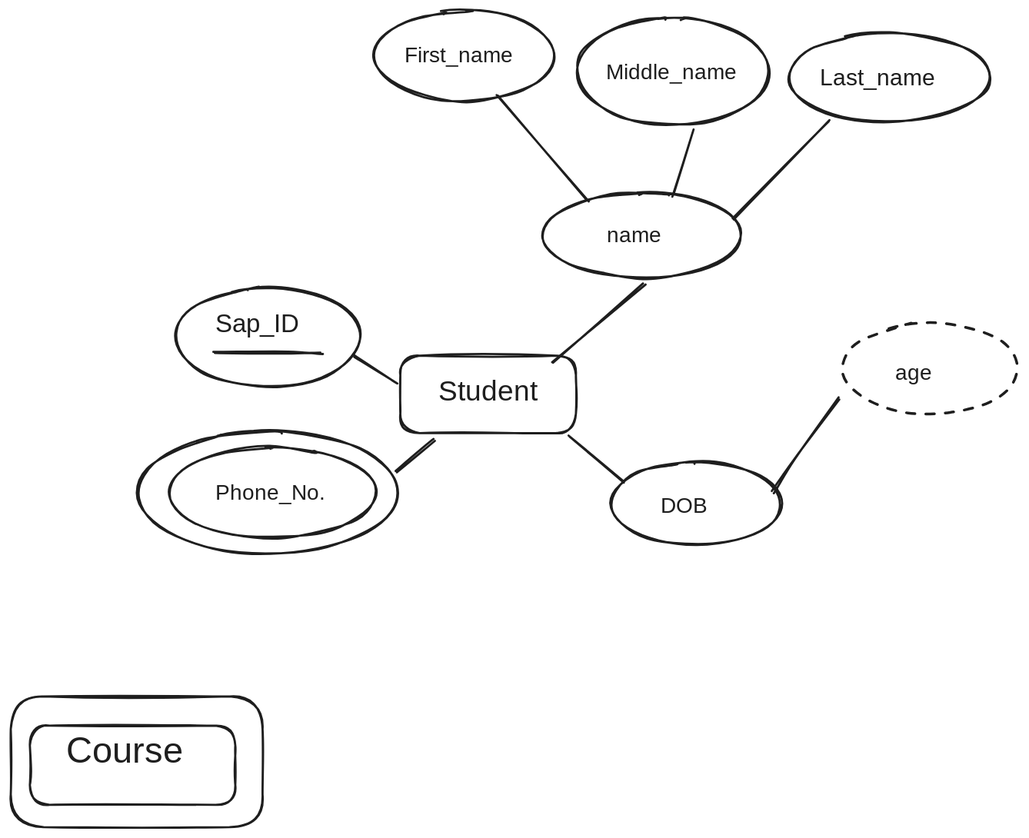
Above: Notes Factory/Semister 3/Rough Work/t1.excalidraw.svg in P7XCKD/NF (Excalidraw), before the change. Source tidied: one line per element, renumbered; positions are measured from the earlier drawing's top-left corner, leaving out a move shared by most shapes.
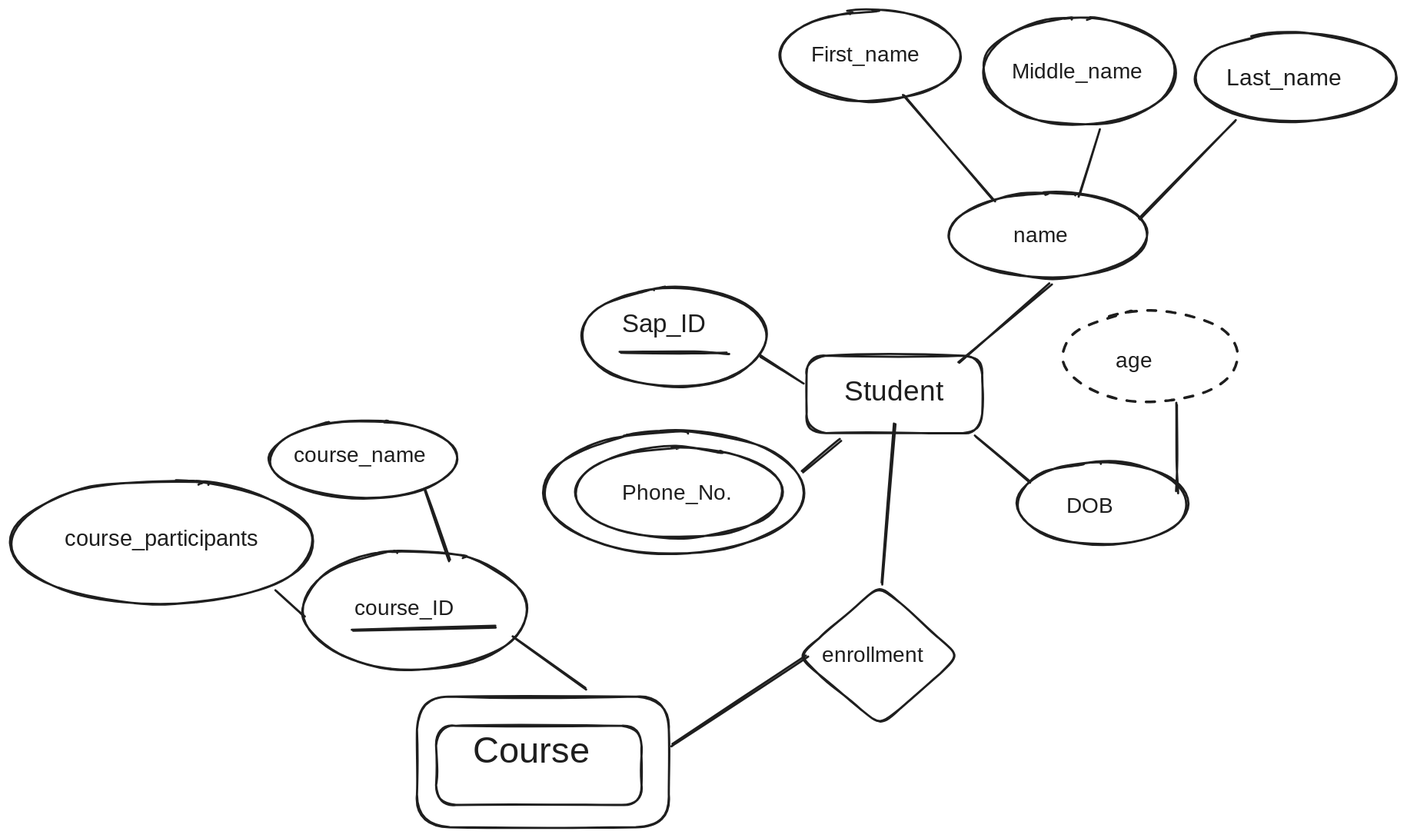
The same file after the commit.

The edit, as a diff of the source:
```diff
@@ -25,7 +25,21 @@
 {"id": 24, "type": "line", "strokeColor": "#1e1e1e", "strokeWidth": 2, "roughness": 1, "round": true, "x": 359, "y": 346, "width": 40, "height": 24, "points": [[0, 0], [-40, -24]]}
 {"id": 25, "type": "line", "strokeColor": "#1e1e1e", "strokeWidth": 2, "roughness": 1, "round": true, "x": 358, "y": 429, "width": 36, "height": 30, "points": [[0, 0], [36, -30]]}
 {"id": 26, "type": "line", "strokeColor": "#1e1e1e", "strokeWidth": 2, "roughness": 1, "round": true, "x": 518, "y": 396, "width": 51, "height": 42, "points": [[0, 0], [51, 42]]}
-{"id": 27, "type": "line", "strokeColor": "#1e1e1e", "strokeWidth": 2, "roughness": 1, "round": true, "x": 708, "y": 447, "width": 62, "height": 87, "points": [[0, 0], [21, -32], [62, -87]]}
+{"id": 27, "type": "line", "strokeColor": "#1e1e1e", "strokeWidth": 2, "roughness": 1, "round": true, "x": 706, "y": 447, "width": 0, "height": 82, "points": [[0, 0], [0, -30], [0, -82]]}
-{"id": 28, "type": "ellipse", "strokeColor": "#1e1e1e", "strokeWidth": 2, "strokeStyle": "dashed", "roughness": 1, "round": true, "x": 772, "y": 290, "width": 164, "height": 84}
+{"id": 28, "type": "ellipse", "strokeColor": "#1e1e1e", "strokeWidth": 2, "strokeStyle": "dashed", "roughness": 1, "round": true, "x": 599, "y": 278, "width": 164, "height": 84}
-{"id": 29, "type": "text", "text": "age", "strokeColor": "#1e1e1e", "strokeWidth": 2, "strokeStyle": "dashed", "roughness": 1, "fontSize": 20, "fontFamily": 1, "x": 822, "y": 325, "width": 34, "height": 25}
+{"id": 29, "type": "text", "text": "age", "strokeColor": "#1e1e1e", "strokeWidth": 2, "strokeStyle": "dashed", "roughness": 1, "fontSize": 20, "fontFamily": 1, "x": 649, "y": 314, "width": 34, "height": 25}
 {"id": 30, "type": "rectangle", "strokeColor": "#1e1e1e", "strokeWidth": 2, "roughness": 1, "round": true, "x": 0, "y": 637, "width": 234, "height": 121}
+{"id": 31, "type": "diamond", "strokeColor": "#1e1e1e", "strokeWidth": 2, "roughness": 1, "round": true, "x": 354, "y": 534, "width": 150, "height": 131}
+{"id": 32, "type": "text", "text": "enrollment ", "strokeColor": "#1e1e1e", "strokeWidth": 2, "roughness": 1, "fontSize": 20, "fontFamily": 1, "x": 376, "y": 587, "width": 105, "height": 25}
+{"id": 33, "type": "line", "strokeColor": "#1e1e1e", "strokeWidth": 2, "roughness": 1, "round": true, "x": 444, "y": 383, "width": 13, "height": 150, "points": [[0, 0], [-13, 150]]}
+{"id": 34, "type": "line", "strokeColor": "#1e1e1e", "strokeWidth": 2, "roughness": 1, "round": true, "x": 236, "y": 682, "width": 126, "height": 82, "points": [[0, 0], [126, -82]]}
+{"id": 35, "type": "ellipse", "strokeColor": "#1e1e1e", "strokeWidth": 2, "roughness": 1, "round": true, "x": -107, "y": 501, "width": 209, "height": 112}
+{"id": 36, "type": "text", "text": "course_ID", "strokeColor": "#1e1e1e", "strokeWidth": 2, "roughness": 1, "fontSize": 20, "fontFamily": 1, "x": -58, "y": 543, "width": 106, "height": 25}
+{"id": 37, "type": "line", "strokeColor": "#1e1e1e", "strokeWidth": 2, "roughness": 1, "round": true, "x": -59, "y": 576, "width": 131, "height": 4, "points": [[0, 0], [131, -4]]}
+{"id": 38, "type": "line", "strokeColor": "#1e1e1e", "strokeWidth": 2, "roughness": 1, "round": true, "x": 89, "y": 582, "width": 68, "height": 47, "points": [[0, 0], [68, 47]]}
+{"id": 39, "type": "ellipse", "strokeColor": "#1e1e1e", "strokeWidth": 2, "roughness": 1, "round": true, "x": -137, "y": 380, "width": 174, "height": 72}
+{"id": 40, "type": "text", "text": "course_name", "strokeColor": "#1e1e1e", "strokeWidth": 2, "roughness": 1, "fontSize": 20, "fontFamily": 1, "x": -115, "y": 401, "width": 126, "height": 25}
+{"id": 41, "type": "ellipse", "strokeColor": "#1e1e1e", "strokeWidth": 2, "roughness": 1, "round": true, "x": -377, "y": 436, "width": 281, "height": 115}
+{"id": 42, "type": "text", "text": "course_participants", "strokeColor": "#1e1e1e", "strokeWidth": 2, "roughness": 1, "fontSize": 20.54, "fontFamily": 1, "x": -327, "y": 479, "width": 201, "height": 26}
+{"id": 43, "type": "line", "strokeColor": "#1e1e1e", "strokeWidth": 2, "roughness": 1, "round": true, "x": 7, "y": 446, "width": 23, "height": 64, "points": [[0, 0], [23, 64]]}
+{"id": 44, "type": "line", "strokeColor": "#1e1e1e", "strokeWidth": 2, "roughness": 1, "round": true, "x": -130, "y": 540, "width": 25, "height": 21, "points": [[0, 0], [25, 21]]}
```
